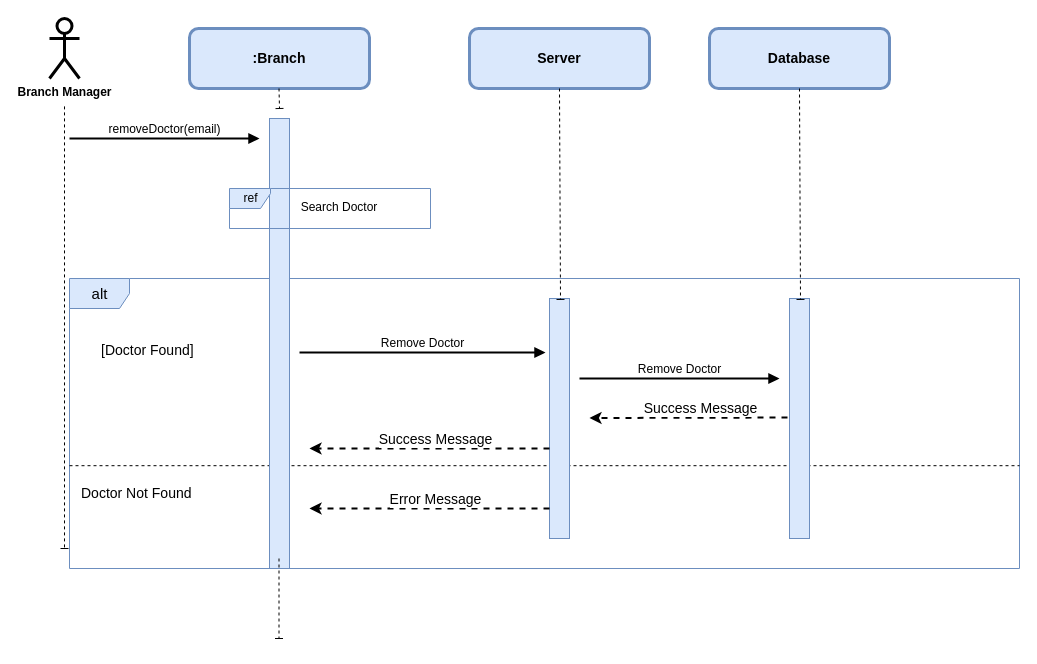
Earlier version of the draw.io diagram UseCase_Diagram/Dagim/removeDoctor.dio (Nama21yo/SDS-EMR). Source tidied: cells renumbered, new cells numbered last; positions are measured from the earlier drawing's top-left corner, leaving out a move shared by most shapes. Both pictures are drawn from the tidied source at 100%, with x=0, y=0 at pixel (49, 18).
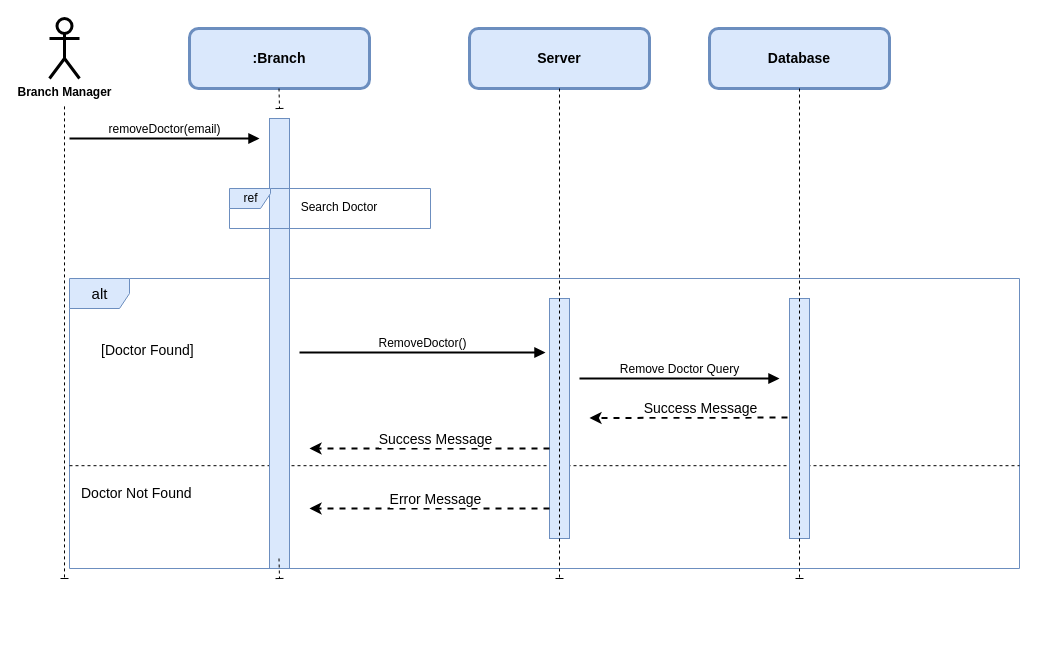
Above is the later version.

Unchanged cells that the change refers to:
```xml
<mxCell id="6" value="&lt;font style=&quot;font-size: 15px;&quot;&gt;alt&lt;/font&gt;" style="shape=umlFrame;tabWidth=110;tabHeight=30;tabPosition=left;html=1;boundedLbl=1;labelInHeader=1;width=60;height=30;fontSize=13;fillColor=#dae8fc;strokeColor=#6c8ebf;" parent="1" vertex="1">
  <mxGeometry x="20" y="260" width="950" height="290" as="geometry" />
</mxCell>
<mxCell id="11" style="html=1;points=[];perimeter=orthogonalPerimeter;fontSize=12;fillColor=#dae8fc;strokeColor=#6c8ebf;" parent="6" vertex="1">
  <mxGeometry x="480" y="20" width="20" height="240" as="geometry" />
</mxCell>
<mxCell id="24" value="&lt;span style=&quot;font-size: 14px;&quot;&gt;&lt;b&gt;Server&lt;/b&gt;&lt;/span&gt;" style="rounded=1;whiteSpace=wrap;html=1;strokeWidth=3;fillColor=#dae8fc;strokeColor=#6c8ebf;" parent="1" vertex="1">
  <mxGeometry x="420" y="10" width="180" height="60" as="geometry" />
</mxCell>
<mxCell id="26" style="html=1;points=[];perimeter=orthogonalPerimeter;fontSize=12;fillColor=#dae8fc;strokeColor=#6c8ebf;" parent="1" vertex="1">
  <mxGeometry x="740" y="280" width="20" height="240" as="geometry" />
</mxCell>
<mxCell id="27" value="&lt;span style=&quot;font-size: 14px;&quot;&gt;&lt;b&gt;Database&lt;/b&gt;&lt;/span&gt;" style="rounded=1;whiteSpace=wrap;html=1;strokeWidth=3;fillColor=#dae8fc;strokeColor=#6c8ebf;" parent="1" vertex="1">
  <mxGeometry x="660" y="10" width="180" height="60" as="geometry" />
</mxCell>
```

The edit, as a diff of the source:
```diff
@@
-<mxGraphModel>
+<mxGraphModel background="#ffffff">
@@
     <mxCell id="5" style="edgeStyle=none;html=1;dashed=1;strokeWidth=1;endArrow=baseDash;endFill=0;" parent="1" edge="1">
       <mxGeometry relative="1" as="geometry">
         <mxPoint x="15" y="87.9" as="sourcePoint" />
-        <mxPoint x="15" y="530" as="targetPoint" />
+        <mxPoint x="15" y="560" as="targetPoint" />
       </mxGeometry>
     </mxCell>
@@
-    <mxCell id="12" value="&lt;span style=&quot;font-size: 12px;&quot;&gt;Remove Doctor&lt;/span&gt;" style="html=1;verticalAlign=bottom;endArrow=block;strokeWidth=2;entryX=-0.2;entryY=0.225;entryDx=0;entryDy=0;entryPerimeter=0;" parent="6" edge="1" target="11">
+    <mxCell id="12" value="&lt;span style=&quot;font-size: 12px;&quot;&gt;RemoveDoctor()&lt;/span&gt;" style="html=1;verticalAlign=bottom;endArrow=block;strokeWidth=2;entryX=-0.2;entryY=0.225;entryDx=0;entryDy=0;entryPerimeter=0;" parent="6" edge="1" target="11">
       <mxGeometry relative="1" as="geometry">
         <mxPoint x="230" y="74" as="sourcePoint" />
       </mxGeometry>
     </mxCell>
@@
-    <mxCell id="15" value="&lt;span style=&quot;font-size: 12px;&quot;&gt;Remove Doctor&lt;/span&gt;" style="html=1;verticalAlign=bottom;endArrow=block;strokeWidth=2;" parent="6" edge="1">
+    <mxCell id="15" value="&lt;span style=&quot;font-size: 12px;&quot;&gt;Remove Doctor Query&lt;/span&gt;" style="html=1;verticalAlign=bottom;endArrow=block;strokeWidth=2;" parent="6" edge="1">
       <mxGeometry relative="1" as="geometry">
         <mxPoint x="510" y="100" as="sourcePoint" />
         <mxPoint x="710" y="100" as="targetPoint" />
       </mxGeometry>
     </mxCell>
@@
     <mxCell id="23" style="edgeStyle=none;html=1;dashed=1;strokeWidth=1;endArrow=baseDash;endFill=0;startArrow=none;" parent="1" edge="1">
       <mxGeometry relative="1" as="geometry">
         <mxPoint x="229.5" y="540" as="sourcePoint" />
-        <mxPoint x="229.5" y="620" as="targetPoint" />
+        <mxPoint x="230" y="560" as="targetPoint" />
       </mxGeometry>
     </mxCell>
@@
-    <mxCell id="25" style="edgeStyle=none;html=1;dashed=1;strokeWidth=1;endArrow=baseDash;endFill=0;startArrow=none;entryX=0.55;entryY=0.004;entryDx=0;entryDy=0;entryPerimeter=0;exitX=0.5;exitY=1;exitDx=0;exitDy=0;" parent="1" edge="1" source="24" target="11">
-      <mxGeometry relative="1" as="geometry" />
+    <mxCell id="25" style="edgeStyle=none;html=1;dashed=1;strokeWidth=1;endArrow=baseDash;endFill=0;startArrow=none;exitX=0.5;exitY=1;exitDx=0;exitDy=0;" parent="1" edge="1" source="24">
+      <mxGeometry relative="1" as="geometry">
+        <mxPoint x="510" y="560" as="targetPoint" />
+      </mxGeometry>
     </mxCell>
@@
-    <mxCell id="28" style="edgeStyle=none;html=1;dashed=1;strokeWidth=1;endArrow=baseDash;endFill=0;startArrow=none;entryX=0.55;entryY=0.004;entryDx=0;entryDy=0;entryPerimeter=0;exitX=0.5;exitY=1;exitDx=0;exitDy=0;" parent="1" edge="1" source="27" target="26">
-      <mxGeometry relative="1" as="geometry" />
+    <mxCell id="28" style="edgeStyle=none;html=1;dashed=1;strokeWidth=1;endArrow=baseDash;endFill=0;startArrow=none;exitX=0.5;exitY=1;exitDx=0;exitDy=0;" parent="1" edge="1" source="27">
+      <mxGeometry relative="1" as="geometry">
+        <mxPoint x="750" y="560" as="targetPoint" />
+      </mxGeometry>
     </mxCell>
```
